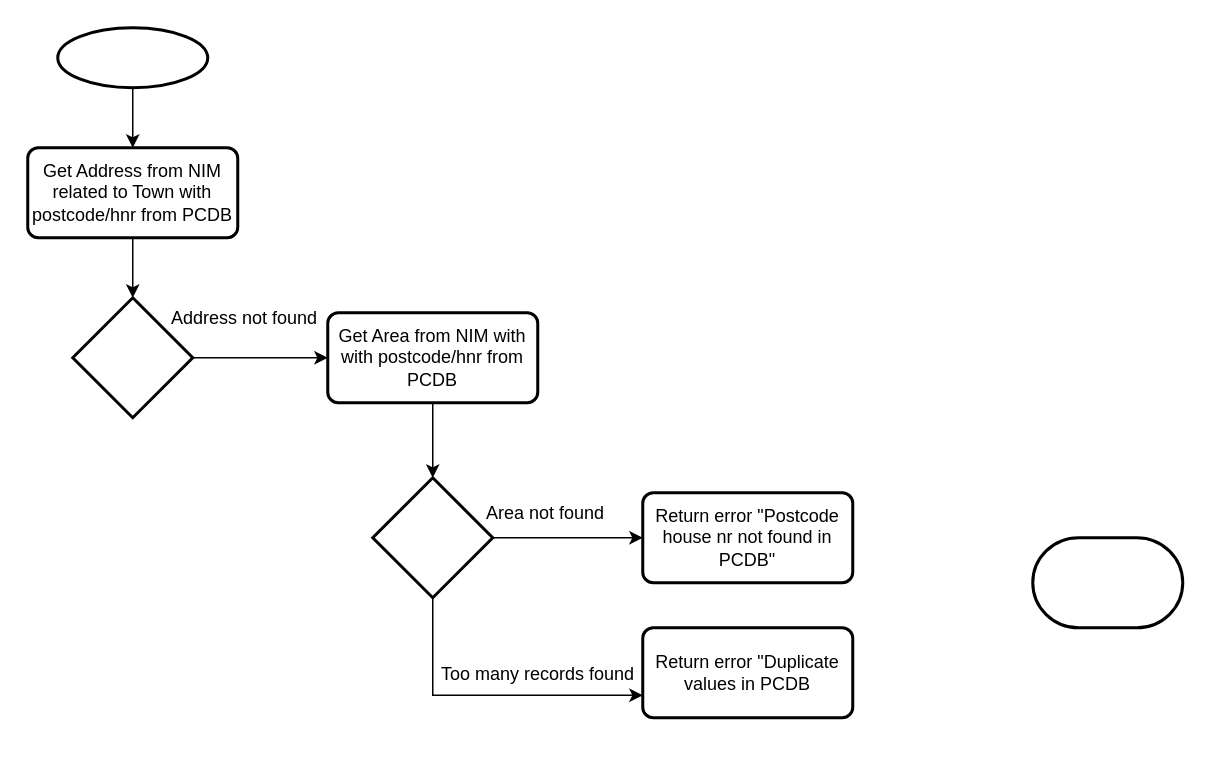
Above: CreateStations.drawio in dearishtaq/hello-world-old (draw.io), before the change. Source tidied: cells renumbered, new cells numbered last; positions are measured from the earlier drawing's top-left corner, leaving out a move shared by most shapes. Both pictures are drawn from the tidied source at 150%, with x=0, y=0 at pixel (27, 27).
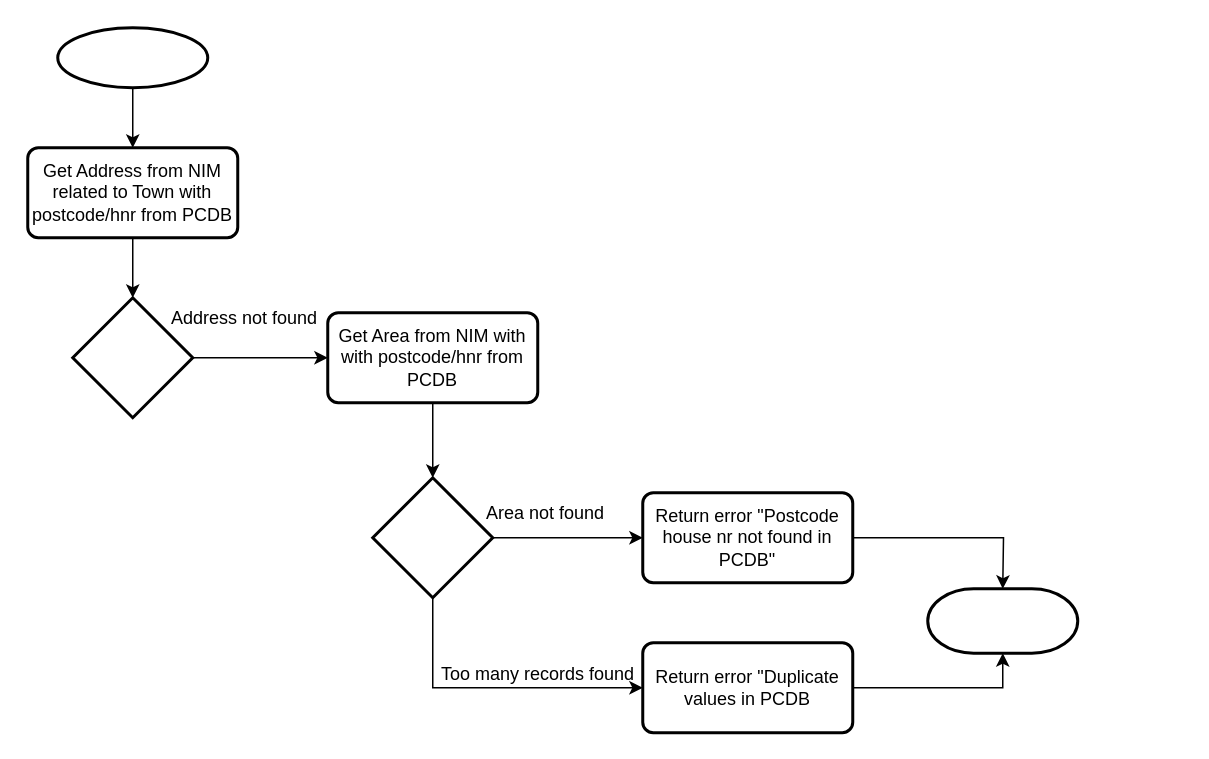
The same page after the edit.

The change refers to these unchanged cells:
```xml
<mxCell id="13" style="strokeWidth=2;html=1;shape=mxgraph.flowchart.decision;whiteSpace=wrap;" parent="1" vertex="1">
  <mxGeometry x="230" y="300" width="80" height="80" as="geometry" />
</mxCell>
<mxCell id="14" value="Return error &quot;Postcode house nr not found in PCDB&quot;" style="rounded=1;whiteSpace=wrap;html=1;absoluteArcSize=1;arcSize=14;strokeWidth=2;" parent="1" vertex="1">
  <mxGeometry x="410" y="310" width="140" height="60" as="geometry" />
</mxCell>
```

The edit, as a diff of the source:
```diff
@@
-    <mxCell id="12" style="edgeStyle=orthogonalEdgeStyle;rounded=0;jettySize=auto;html=1;entryX=0;entryY=0.75;entryDx=0;entryDy=0;exitX=0.5;exitY=1;exitDx=0;exitDy=0;exitPerimeter=0;" parent="1" edge="1" source="13" target="16">
+    <mxCell id="12" style="edgeStyle=orthogonalEdgeStyle;rounded=0;jettySize=auto;html=1;entryX=0;entryY=0.5;entryDx=0;entryDy=0;exitX=0.5;exitY=1;exitDx=0;exitDy=0;exitPerimeter=0;" parent="1" edge="1" source="13" target="16">
       <mxGeometry relative="1" as="geometry" />
     </mxCell>
@@
+    <mxCell id="19" style="edgeStyle=orthogonalEdgeStyle;rounded=0;jettySize=auto;html=1;" parent="1" edge="1" source="14">
+      <mxGeometry relative="1" as="geometry">
+        <mxPoint x="650" y="374" as="targetPoint" />
+      </mxGeometry>
+    </mxCell>
@@
+    <mxCell id="20" style="edgeStyle=orthogonalEdgeStyle;rounded=0;jettySize=auto;html=1;entryX=0.5;entryY=1;entryDx=0;entryDy=0;entryPerimeter=0;" parent="1" edge="1" source="16" target="17">
+      <mxGeometry relative="1" as="geometry" />
+    </mxCell>
     <mxCell id="16" value="Return error &quot;Duplicate values in PCDB" style="rounded=1;whiteSpace=wrap;html=1;absoluteArcSize=1;arcSize=14;strokeWidth=2;" parent="1" vertex="1">
-      <mxGeometry x="410" y="400" width="140" height="60" as="geometry" />
+      <mxGeometry x="410" y="410" width="140" height="60" as="geometry" />
     </mxCell>
     <mxCell id="17" style="strokeWidth=2;html=1;shape=mxgraph.flowchart.terminator;whiteSpace=wrap;" parent="1" vertex="1">
-      <mxGeometry x="670" y="340" width="100" height="60" as="geometry" />
+      <mxGeometry x="600" y="374" width="100" height="43" as="geometry" />
     </mxCell>
```
